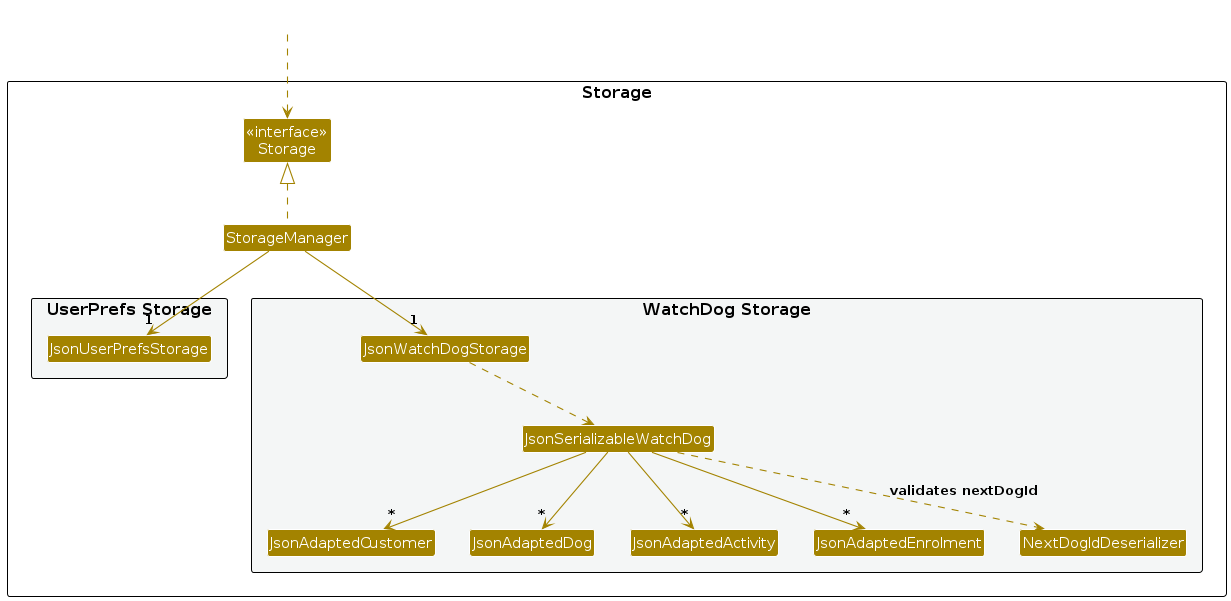
This is diagrams/StorageClassDiagram.png from AY2627S1-CS2103T-T15-4/tp, a PlantUML export, as it was before one commit. Its source is kept beside it as diagrams/StorageClassDiagram.puml.
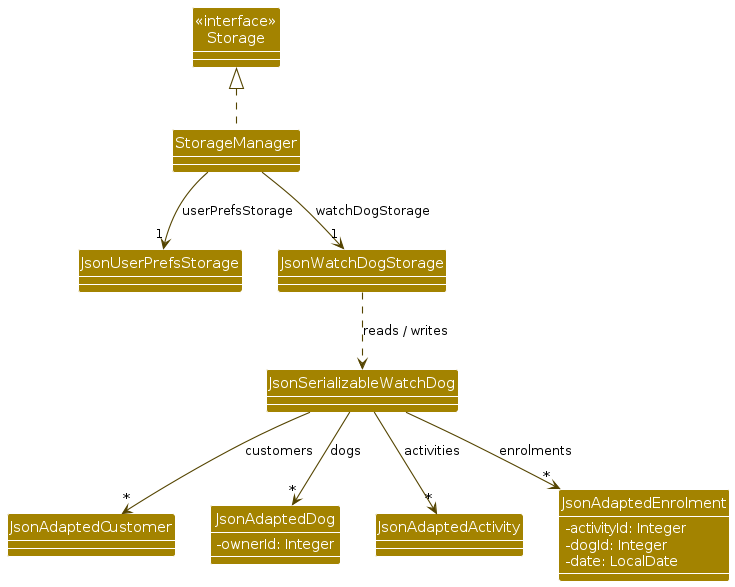
After the commit.

What changed in the source:
```diff
@@ -1,45 +1,33 @@
 @startuml
 !include style.puml
 skinparam arrowThickness 1.1
-skinparam arrowColor STORAGE_COLOR
+skinparam arrowColor STORAGE_COLOR_T4
 skinparam classBackgroundColor STORAGE_COLOR
+show members
 
-package Storage as StoragePackage {
-
-Class "<<interface>>\nStorage" as Storage
-Class StorageManager
-
-package "UserPrefs Storage" #F4F6F6{
-Class JsonUserPrefsStorage
+class "<<interface>>\nStorage" as Storage
+class StorageManager
+class JsonUserPrefsStorage
+class JsonWatchDogStorage
+class JsonSerializableWatchDog
+class JsonAdaptedCustomer
+class JsonAdaptedDog {
+  -ownerId: Integer
+}
+class JsonAdaptedActivity
+class JsonAdaptedEnrolment {
+  -activityId: Integer
+  -dogId: Integer
+  -date: LocalDate
 }
 
-package "WatchDog Storage" #F4F6F6{
-Class JsonWatchDogStorage
-Class JsonSerializableWatchDog
-Class JsonAdaptedCustomer
-Class JsonAdaptedDog
-Class JsonAdaptedActivity
-Class JsonAdaptedEnrolment
-Class NextDogIdDeserializer
-}
-
-}
-
-Class HiddenOutside #FFFFFF
-HiddenOutside ..> Storage
-
 StorageManager .up.|> Storage
-StorageManager -down-> "1" JsonUserPrefsStorage
-StorageManager -down-> "1" JsonWatchDogStorage
-
-JsonWatchDogStorage ..> JsonSerializableWatchDog
-JsonSerializableWatchDog --> "*" JsonAdaptedCustomer
-JsonSerializableWatchDog --> "*" JsonAdaptedDog
-JsonSerializableWatchDog --> "*" JsonAdaptedActivity
-JsonSerializableWatchDog --> "*" JsonAdaptedEnrolment
-JsonSerializableWatchDog ..> NextDogIdDeserializer : validates nextDogId
-JsonAdaptedEnrolment : activityId: int
-JsonAdaptedEnrolment : dogId: int
-JsonAdaptedEnrolment : date: LocalDate
+StorageManager --> "1" JsonUserPrefsStorage : userPrefsStorage
+StorageManager --> "1" JsonWatchDogStorage : watchDogStorage
+JsonWatchDogStorage ..> JsonSerializableWatchDog : reads / writes
+JsonSerializableWatchDog --> "*" JsonAdaptedCustomer : customers
+JsonSerializableWatchDog --> "*" JsonAdaptedDog : dogs
+JsonSerializableWatchDog --> "*" JsonAdaptedActivity : activities
+JsonSerializableWatchDog --> "*" JsonAdaptedEnrolment : enrolments
 
 @enduml
```
